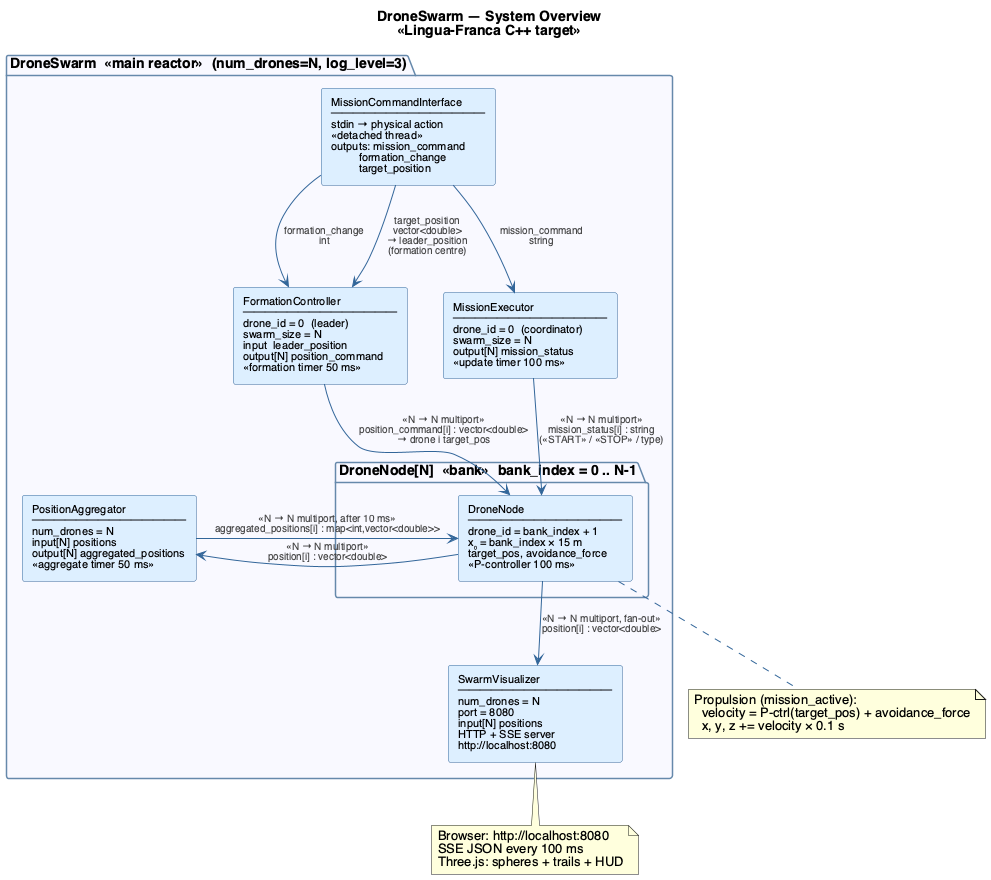
Above: doc/diagrams/images/01_system_overview.png in xwarzee/uav_lf (PlantUML), before the change.
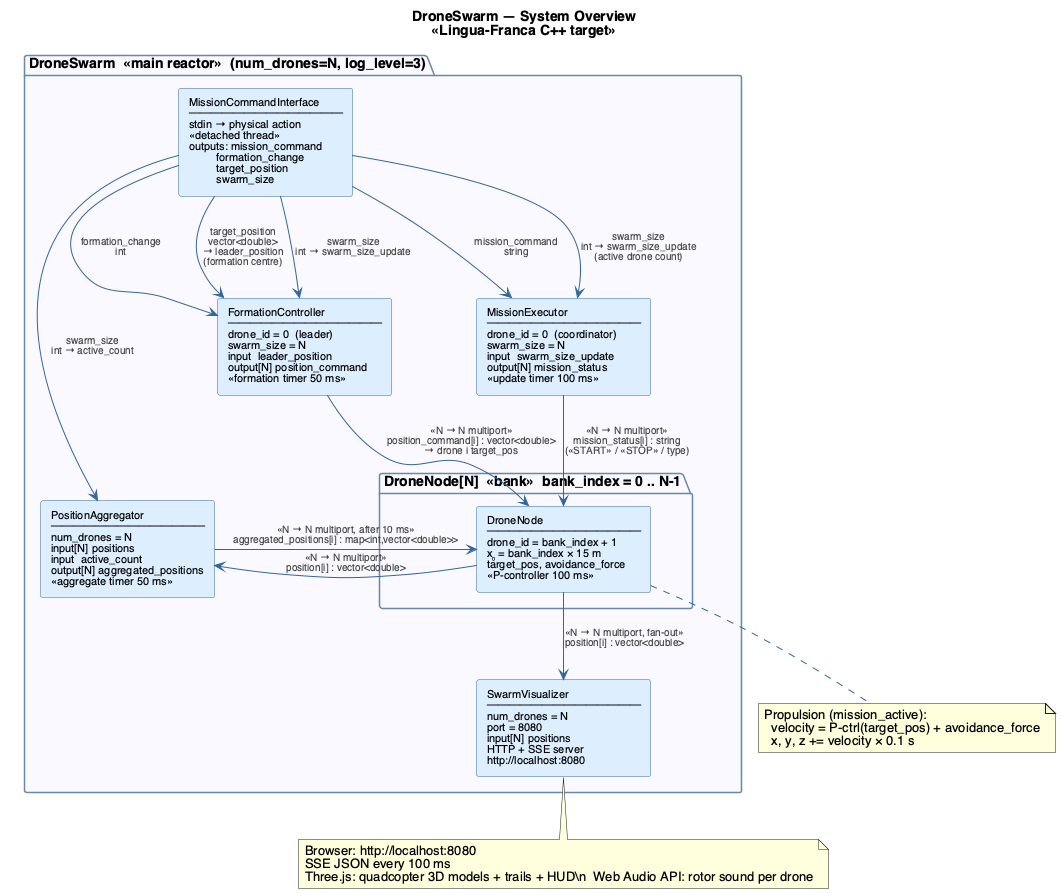
The same diagram one commit later.

Commit message:
update doc with last changes: dynamic swarm resizing (limit max: initial size), quadcopter 3D model to visualize drones, sound per drone

What changed in the source:
```diff
@@ -21,13 +21,13 @@
 
 package "DroneSwarm  «main reactor»  (num_drones=N, log_level=3)" {
 
-    component "MissionCommandInterface\n──────────────\nstdin → physical action\n«detached thread»\noutputs: mission_command\n         formation_change\n         target_position" as CI
+    component "MissionCommandInterface\n──────────────\nstdin → physical action\n«detached thread»\noutputs: mission_command\n         formation_change\n         target_position\n         swarm_size" as CI
 
     component "FormationController\n──────────────\ndrone_id = 0  (leader)\nswarm_size = N\ninput  leader_position\noutput[N] position_command\n«formation timer 50 ms»" as SF
 
-    component "MissionExecutor\n──────────────\ndrone_id = 0  (coordinator)\nswarm_size = N\noutput[N] mission_status\n«update timer 100 ms»" as MC
+    component "MissionExecutor\n──────────────\ndrone_id = 0  (coordinator)\nswarm_size = N\ninput  swarm_size_update\noutput[N] mission_status\n«update timer 100 ms»" as MC
 
-    component "PositionAggregator\n──────────────\nnum_drones = N\ninput[N] positions\noutput[N] aggregated_positions\n«aggregate timer 50 ms»" as PA
+    component "PositionAggregator\n──────────────\nnum_drones = N\ninput[N] positions\ninput  active_count\noutput[N] aggregated_positions\n«aggregate timer 50 ms»" as PA
 
     component "SwarmVisualizer\n──────────────\nnum_drones = N\nport = 8080\ninput[N] positions\nHTTP + SSE server\nhttp://localhost:8080" as VIZ
 
@@ -39,6 +39,9 @@
 CI -down-> MC  : mission_command\nstring
 CI -down-> SF  : formation_change\nint
 CI -down-> SF  : target_position\nvector<double>\n→ leader_position\n(formation centre)
+CI -down-> MC  : swarm_size\nint → swarm_size_update\n(active drone count)
+CI -down-> SF  : swarm_size\nint → swarm_size_update
+CI -down-> PA  : swarm_size\nint → active_count
 
 SF -down-> DN  : «N → N multiport»\nposition_command[i] : vector<double>\n→ drone i target_pos
 
@@ -59,7 +62,7 @@
 note bottom of VIZ
   Browser: http://localhost:8080
   SSE JSON every 100 ms
-  Three.js: spheres + trails + HUD
+  Three.js: quadcopter 3D models + trails + HUD\n  Web Audio API: rotor sound per drone
 end note
 
 @enduml
```
